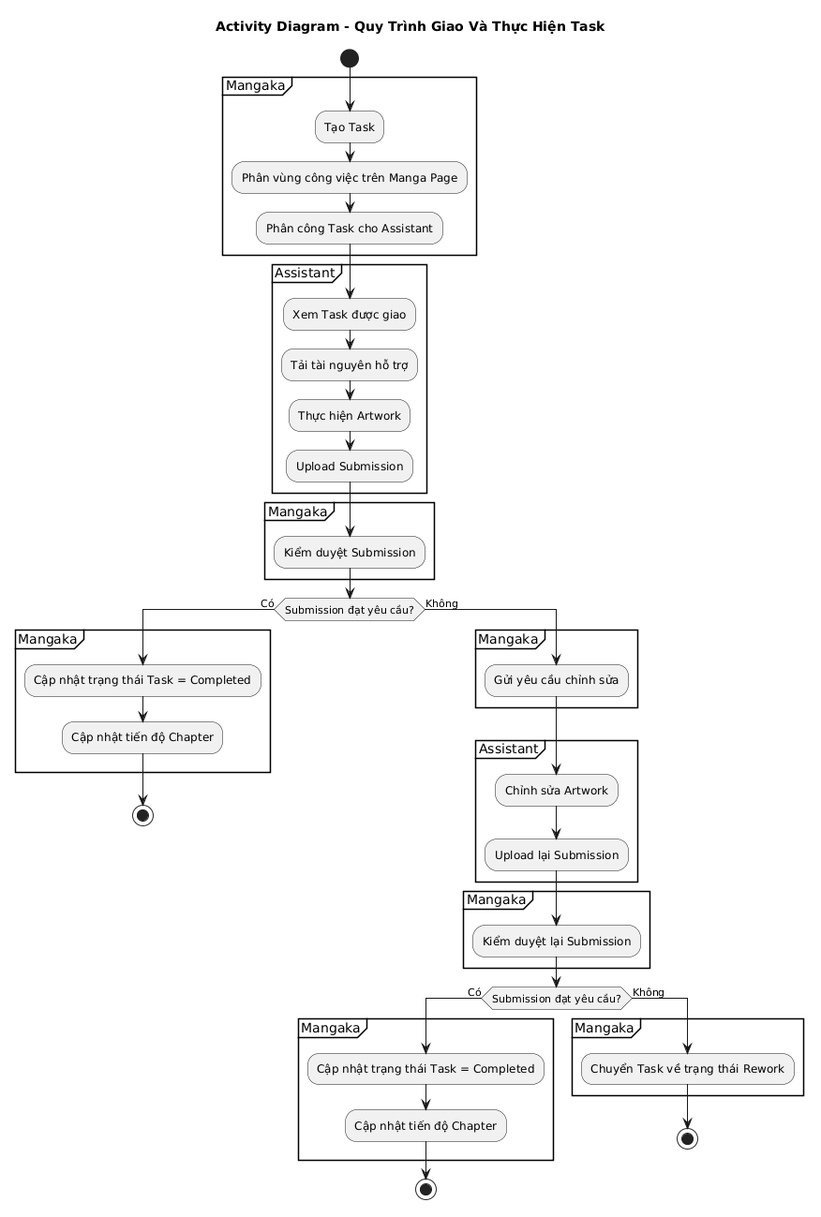
Before: assets/diagrams/Chapter3_IMAGE/Activity_Diagram_quy_trinh_giao_va_thuc_hien_Task.png, a diagram exported from PlantUML (trongtan0079/manga-workflow-report). Source of this version:
```plantuml
@startuml
title Activity Diagram - Quy Trình Giao Và Thực Hiện Task

skinparam backgroundColor white
skinparam shadowing false
skinparam linetype ortho
skinparam activityDiamondOrientation vertical

start

partition Mangaka {
  :Tạo Task;
  :Phân vùng công việc trên Manga Page;
  :Phân công Task cho Assistant;
}

partition Assistant {
  :Xem Task được giao;
  :Tải tài nguyên hỗ trợ;
  :Thực hiện Artwork;
  :Upload Submission;
}

partition Mangaka {
  :Kiểm duyệt Submission;
}

if (Submission đạt yêu cầu?) then (Có)
  partition Mangaka {
    :Cập nhật trạng thái Task = Completed;
    :Cập nhật tiến độ Chapter;
  }
  stop
else (Không)
  partition Mangaka {
    :Gửi yêu cầu chỉnh sửa;
  }
  partition Assistant {
    :Chỉnh sửa Artwork;
    :Upload lại Submission;
  }
  partition Mangaka {
    :Kiểm duyệt lại Submission;
  }

  if (Submission đạt yêu cầu?) then (Có)
    partition Mangaka {
      :Cập nhật trạng thái Task = Completed;
      :Cập nhật tiến độ Chapter;
    }
    stop
  else (Không)
    partition Mangaka {
      :Chuyển Task về trạng thái Rework;
    }
    stop
  endif
endif
@enduml
```
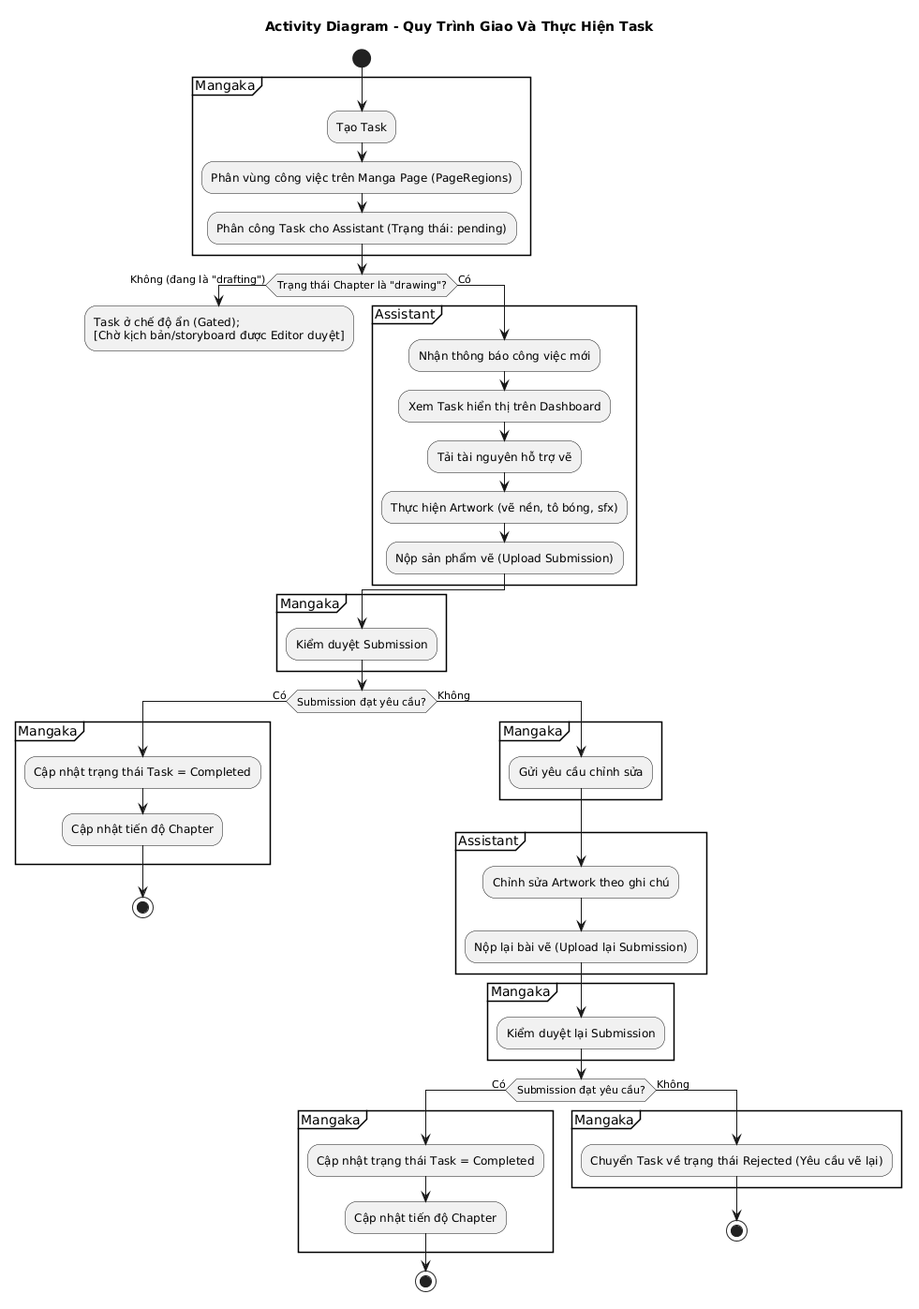
Later version of the same file.

What changed in the source:
```diff
@@ -10,16 +10,22 @@
 
 partition Mangaka {
   :Tạo Task;
-  :Phân vùng công việc trên Manga Page;
-  :Phân công Task cho Assistant;
+  :Phân vùng công việc trên Manga Page (PageRegions);
+  :Phân công Task cho Assistant (Trạng thái: pending);
 }
 
-partition Assistant {
-  :Xem Task được giao;
-  :Tải tài nguyên hỗ trợ;
-  :Thực hiện Artwork;
-  :Upload Submission;
-}
+if (Trạng thái Chapter là "drawing"?) then (Không (đang là "drafting"))
+  :Task ở chế độ ẩn (Gated);\n[Chờ kịch bản/storyboard được Editor duyệt];
+  detach
+else (Có)
+  partition Assistant {
+    :Nhận thông báo công việc mới;
+    :Xem Task hiển thị trên Dashboard;
+    :Tải tài nguyên hỗ trợ vẽ;
+    :Thực hiện Artwork (vẽ nền, tô bóng, sfx);
+    :Nộp sản phẩm vẽ (Upload Submission);
+  }
+endif
 
 partition Mangaka {
   :Kiểm duyệt Submission;
@@ -36,8 +42,8 @@
     :Gửi yêu cầu chỉnh sửa;
   }
   partition Assistant {
-    :Chỉnh sửa Artwork;
-    :Upload lại Submission;
+    :Chỉnh sửa Artwork theo ghi chú;
+    :Nộp lại bài vẽ (Upload lại Submission);
   }
   partition Mangaka {
     :Kiểm duyệt lại Submission;
@@ -51,7 +57,7 @@
     stop
   else (Không)
     partition Mangaka {
-      :Chuyển Task về trạng thái Rework;
+      :Chuyển Task về trạng thái Rejected (Yêu cầu vẽ lại);
     }
     stop
   endif
```
